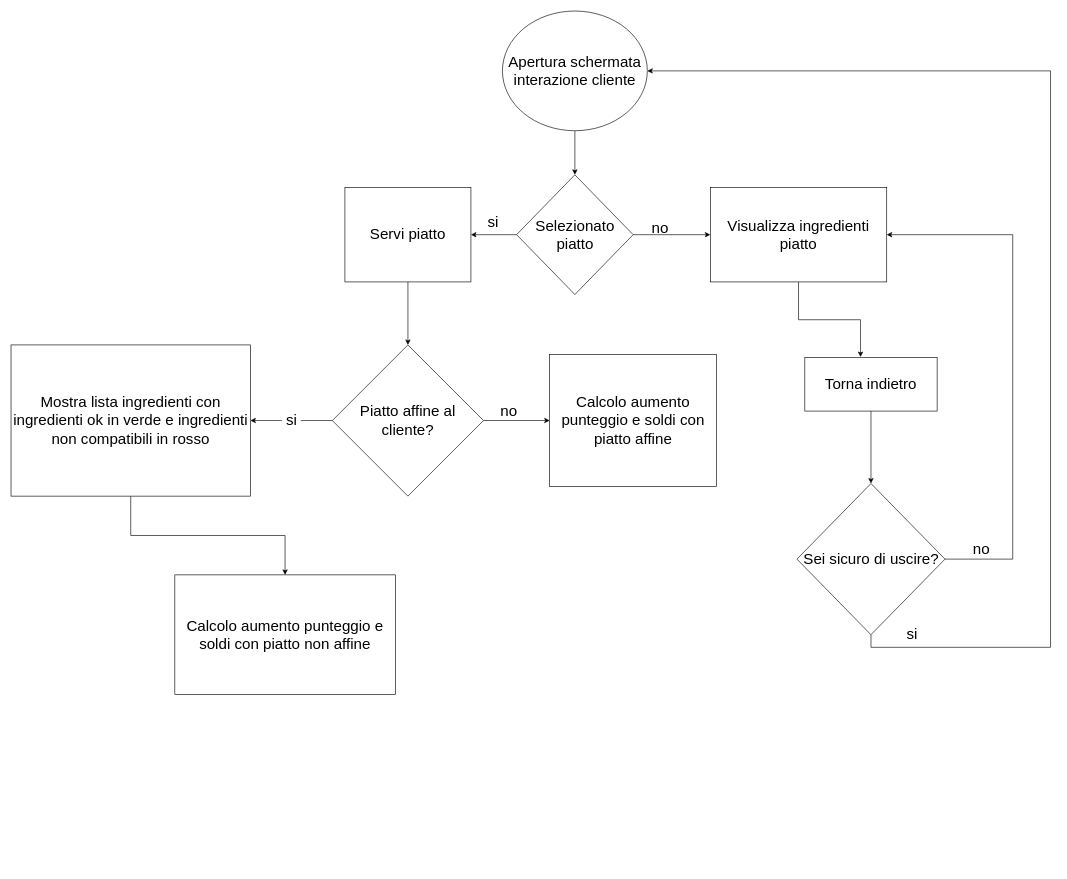
Above: doc/Progetti Drawio/FlowchartInterazioneConCliente.drawio in zSavT/Healthy-Catering (draw.io), before the change. Source tidied: cells renumbered, new cells numbered last; positions are measured from the earlier drawing's top-left corner, leaving out a move shared by most shapes. Both pictures are drawn from the tidied source at 63%, with x=0, y=0 at pixel (11, 11).
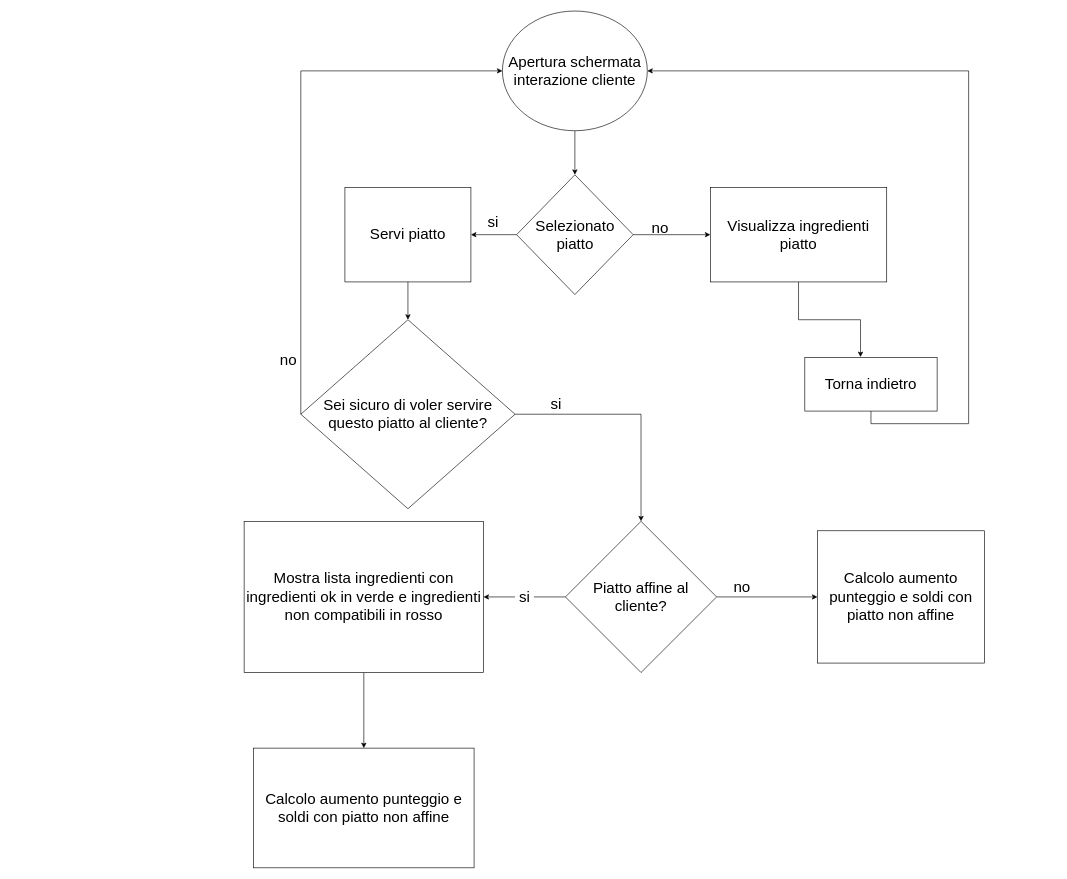
The same page after the edit.

Commit message (it also covers changes not shown here):
aggiornati flowchart

Unchanged cells that the change refers to:
```xml
<mxCell id="3" value="Apertura schermata interazione cliente" style="ellipse;whiteSpace=wrap;html=1;fontSize=24;" parent="1" vertex="1">
  <mxGeometry x="780" width="230" height="190" as="geometry" />
</mxCell>
<mxCell id="8" value="Servi piatto" style="rounded=0;whiteSpace=wrap;html=1;fontSize=24;" parent="1" vertex="1">
  <mxGeometry x="530" y="280" width="200" height="150" as="geometry" />
</mxCell>
<mxCell id="13" value="Torna indietro" style="whiteSpace=wrap;html=1;fontSize=24;" parent="1" vertex="1">
  <mxGeometry x="1260" y="550" width="210" height="85" as="geometry" />
</mxCell>
<mxCell id="28" value="Visualizza ingredienti piatto" style="rounded=0;whiteSpace=wrap;html=1;fontSize=24;" parent="1" vertex="1">
  <mxGeometry x="1110" y="280" width="280" height="150" as="geometry" />
</mxCell>
```

Change to the diagram source:
```diff
@@
-    <mxCell id="7" style="edgeStyle=orthogonalEdgeStyle;rounded=0;jettySize=auto;html=1;exitX=0.5;exitY=1;exitDx=0;exitDy=0;entryX=0.5;entryY=0;entryDx=0;entryDy=0;fontSize=24;" parent="1" edge="1" source="8" target="20">
-      <mxGeometry relative="1" as="geometry" />
-    </mxCell>
@@
-    <mxCell id="12" style="edgeStyle=orthogonalEdgeStyle;rounded=0;jettySize=auto;html=1;exitX=0.5;exitY=1;exitDx=0;exitDy=0;entryX=0.5;entryY=0;entryDx=0;entryDy=0;fontSize=24;" parent="1" edge="1" source="13" target="16">
-      <mxGeometry relative="1" as="geometry" />
+    <mxCell id="12" style="edgeStyle=orthogonalEdgeStyle;rounded=0;jettySize=auto;html=1;exitX=0.5;exitY=1;exitDx=0;exitDy=0;entryX=1;entryY=0.5;entryDx=0;entryDy=0;fontSize=24;" parent="1" edge="1" source="13" target="3">
+      <mxGeometry relative="1" as="geometry">
+        <Array as="points">
+          <mxPoint x="1365" y="655" />
+          <mxPoint x="1520" y="655" />
+          <mxPoint x="1520" y="95" />
+        </Array>
+      </mxGeometry>
     </mxCell>
@@
-    <mxCell id="14" style="edgeStyle=orthogonalEdgeStyle;rounded=0;jettySize=auto;html=1;exitX=1;exitY=0.5;exitDx=0;exitDy=0;entryX=1;entryY=0.5;entryDx=0;entryDy=0;fontSize=24;" parent="1" edge="1" source="16" target="28">
-      <mxGeometry relative="1" as="geometry">
-        <Array as="points">
-          <mxPoint x="1590" y="870" />
-          <mxPoint x="1590" y="355" />
-        </Array>
-      </mxGeometry>
-    </mxCell>
-    <mxCell id="15" style="edgeStyle=orthogonalEdgeStyle;rounded=0;jettySize=auto;html=1;exitX=0.5;exitY=1;exitDx=0;exitDy=0;fontSize=24;entryX=1;entryY=0.5;entryDx=0;entryDy=0;" parent="1" edge="1" source="16" target="3">
-      <mxGeometry relative="1" as="geometry">
-        <Array as="points">
-          <mxPoint x="1365" y="1010" />
-          <mxPoint x="1650" y="1010" />
-          <mxPoint x="1650" y="95" />
-        </Array>
-      </mxGeometry>
-    </mxCell>
-    <mxCell id="16" value="Sei sicuro di uscire?" style="rhombus;whiteSpace=wrap;html=1;fontSize=24;" parent="1" vertex="1">
-      <mxGeometry x="1247.5" y="750" width="235" height="240" as="geometry" />
-    </mxCell>
-    <mxCell id="17" value="no" style="text;html=1;align=center;verticalAlign=middle;strokeColor=none;fillColor=none;fontSize=24;" parent="1" vertex="1">
-      <mxGeometry x="1520" y="840" width="40" height="30" as="geometry" />
-    </mxCell>
@@
     <mxCell id="19" style="edgeStyle=orthogonalEdgeStyle;rounded=0;jettySize=auto;html=1;exitX=1;exitY=0.5;exitDx=0;exitDy=0;entryX=0;entryY=0.5;entryDx=0;entryDy=0;fontSize=24;" parent="1" edge="1" source="20" target="21">
-      <mxGeometry relative="1" as="geometry" />
+      <mxGeometry relative="1" as="geometry">
+        <Array as="points">
+          <mxPoint x="1230" y="930" />
+          <mxPoint x="1230" y="930" />
+        </Array>
+      </mxGeometry>
     </mxCell>
     <mxCell id="20" value="Piatto affine al cliente?" style="rhombus;whiteSpace=wrap;html=1;fontSize=24;" parent="1" vertex="1">
-      <mxGeometry x="510" y="530" width="240" height="240" as="geometry" />
+      <mxGeometry x="880" y="810" width="240" height="240" as="geometry" />
     </mxCell>
-    <mxCell id="21" value="Calcolo aumento punteggio e soldi con piatto affine" style="rounded=0;whiteSpace=wrap;html=1;fontSize=24;" parent="1" vertex="1">
-      <mxGeometry x="855" y="545" width="265" height="210" as="geometry" />
+    <mxCell id="21" value="Calcolo aumento punteggio e soldi con piatto non affine" style="rounded=0;whiteSpace=wrap;html=1;fontSize=24;" parent="1" vertex="1">
+      <mxGeometry x="1280" y="825" width="265" height="210" as="geometry" />
     </mxCell>
     <mxCell id="22" value="Calcolo aumento punteggio e soldi con piatto non affine" style="rounded=0;whiteSpace=wrap;html=1;fontSize=24;" parent="1" vertex="1">
-      <mxGeometry x="260" y="895" width="350" height="190" as="geometry" />
+      <mxGeometry x="385" y="1170" width="350" height="190" as="geometry" />
     </mxCell>
@@
     <mxCell id="24" value="Mostra lista ingredienti con ingredienti ok in verde e ingredienti non compatibili in rosso" style="whiteSpace=wrap;html=1;fontSize=24;" parent="1" vertex="1">
-      <mxGeometry y="530" width="380" height="240" as="geometry" />
+      <mxGeometry x="370" y="810" width="380" height="240" as="geometry" />
     </mxCell>
     <mxCell id="25" value="no" style="text;html=1;align=center;verticalAlign=middle;strokeColor=none;fillColor=none;fontSize=24;" parent="1" vertex="1">
-      <mxGeometry x="770" y="620" width="40" height="30" as="geometry" />
+      <mxGeometry x="1140" y="900" width="40" height="30" as="geometry" />
     </mxCell>
     <mxCell id="26" value="si" style="text;html=1;align=center;verticalAlign=middle;points=[];strokeColor=none;fillColor=none;fontSize=24;" parent="1" vertex="1">
-      <mxGeometry x="430" y="635" width="30" height="30" as="geometry" />
+      <mxGeometry x="800" y="915" width="30" height="30" as="geometry" />
     </mxCell>
@@
+    <mxCell id="30" value="Sei sicuro di voler servire questo piatto al cliente?" style="rhombus;whiteSpace=wrap;html=1;fontSize=24;" parent="1" vertex="1">
+      <mxGeometry x="460" y="490" width="340" height="300" as="geometry" />
+    </mxCell>
+    <mxCell id="31" style="endArrow=classic;html=1;rounded=0;exitX=0.5;exitY=1;exitDx=0;exitDy=0;entryX=0.5;entryY=0;entryDx=0;entryDy=0;" parent="1" edge="1" source="8" target="30">
+      <mxGeometry relative="1" as="geometry" />
+    </mxCell>
+    <mxCell id="32" style="endArrow=classic;html=1;rounded=0;exitX=1;exitY=0.5;exitDx=0;exitDy=0;entryX=0.5;entryY=0;entryDx=0;entryDy=0;" parent="1" edge="1" source="30" target="20">
+      <mxGeometry relative="1" as="geometry">
+        <Array as="points">
+          <mxPoint x="1000" y="640" />
+        </Array>
+      </mxGeometry>
+    </mxCell>
     <mxCell id="29" value="si" style="text;html=1;align=center;verticalAlign=middle;strokeColor=none;fillColor=none;fontSize=24;" parent="1" vertex="1">
-      <mxGeometry x="1415" y="975" width="30" height="30" as="geometry" />
+      <mxGeometry x="850" y="610" width="30" height="30" as="geometry" />
     </mxCell>
+    <mxCell id="33" style="endArrow=classic;html=1;rounded=0;exitX=0;exitY=0.5;exitDx=0;exitDy=0;entryX=0;entryY=0.5;entryDx=0;entryDy=0;" parent="1" edge="1" source="30" target="3">
+      <mxGeometry relative="1" as="geometry">
+        <Array as="points">
+          <mxPoint x="460" y="95" />
+        </Array>
+      </mxGeometry>
+    </mxCell>
+    <mxCell id="17" value="no" style="text;html=1;align=center;verticalAlign=middle;strokeColor=none;fillColor=none;fontSize=24;" parent="1" vertex="1">
+      <mxGeometry x="420" y="540" width="40" height="30" as="geometry" />
+    </mxCell>
```
